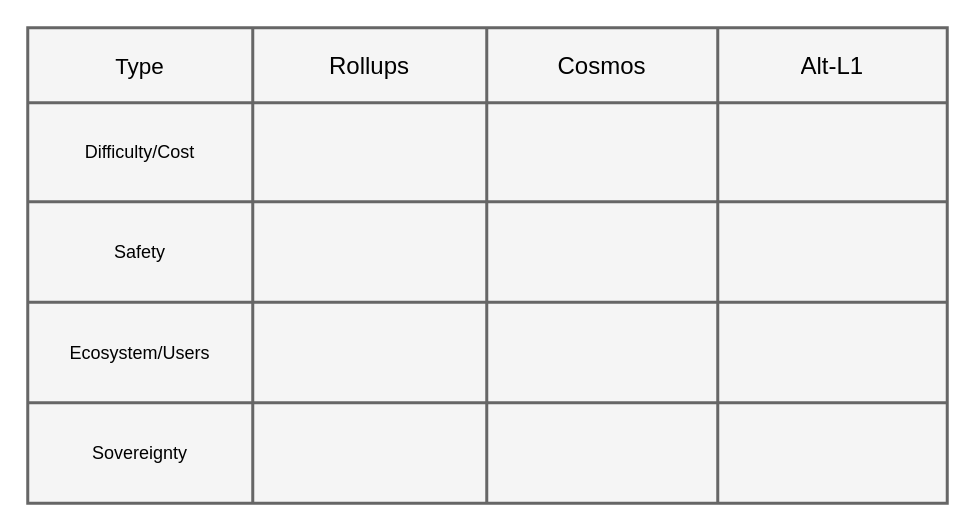
The draw.io diagram ethereum-research/app chain & comparison.drawio in 0xyicheng/a-research-diagram, before the edit. Source tidied: cells renumbered, new cells numbered last; positions are measured from the earlier drawing's top-left corner, leaving out a move shared by most shapes. Both pictures are drawn from the tidied source at 150%, with x=0, y=0 at pixel (27, 27).
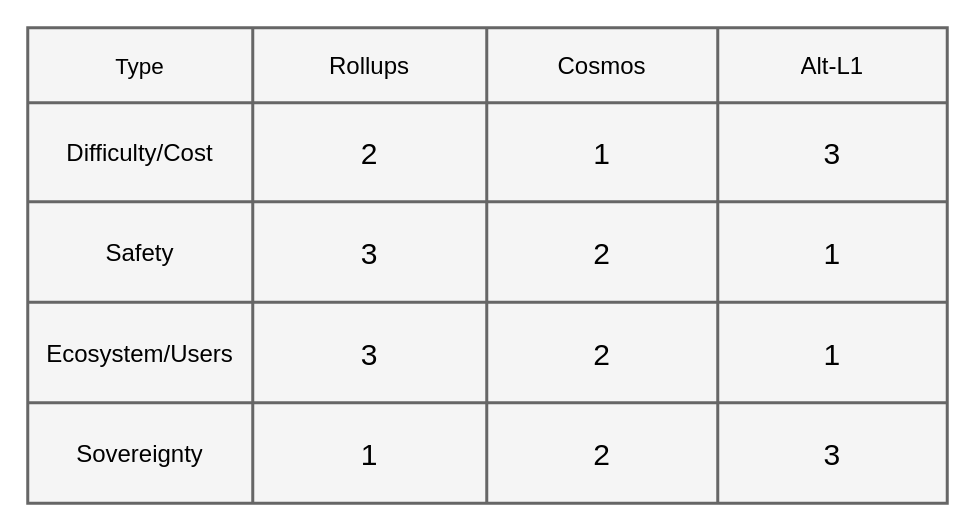
Above is the later version.

Unchanged cells that the change refers to:
```xml
<mxCell id="8" style="shape=tableRow;horizontal=0;startSize=0;swimlaneHead=0;swimlaneBody=0;top=0;left=0;bottom=0;right=0;fillColor=none;" parent="2" vertex="1">
  <mxGeometry y="50" width="613" height="66" as="geometry" />
</mxCell>
<mxCell id="13" style="shape=tableRow;horizontal=0;startSize=0;swimlaneHead=0;swimlaneBody=0;top=0;left=0;bottom=0;right=0;fillColor=none;" parent="2" vertex="1">
  <mxGeometry y="116" width="613" height="67" as="geometry" />
</mxCell>
<mxCell id="18" style="shape=tableRow;horizontal=0;startSize=0;swimlaneHead=0;swimlaneBody=0;top=0;left=0;bottom=0;right=0;fillColor=none;" parent="2" vertex="1">
  <mxGeometry y="183" width="613" height="67" as="geometry" />
</mxCell>
<mxCell id="23" style="shape=tableRow;horizontal=0;startSize=0;swimlaneHead=0;swimlaneBody=0;top=0;left=0;bottom=0;right=0;fillColor=none;" parent="2" vertex="1">
  <mxGeometry y="250" width="613" height="67" as="geometry" />
</mxCell>
```

Diff of the diagram source:
```diff
@@
-    <mxCell id="9" value="Difficulty/Cost" style="shape=partialRectangle;html=1;whiteSpace=wrap;fillColor=none;top=0;left=0;bottom=0;right=0;overflow=hidden;" parent="8" vertex="1">
+    <mxCell id="9" value="&lt;font style=&quot;font-size: 16px;&quot;&gt;Difficulty/Cost&lt;/font&gt;" style="shape=partialRectangle;html=1;whiteSpace=wrap;fillColor=none;top=0;left=0;bottom=0;right=0;overflow=hidden;" parent="8" vertex="1">
       <mxGeometry width="150" height="66" as="geometry" />
     </mxCell>
-    <mxCell id="10" style="shape=partialRectangle;html=1;whiteSpace=wrap;fillColor=none;top=0;left=0;bottom=0;right=0;overflow=hidden;" parent="8" vertex="1">
+    <mxCell id="10" value="&lt;font style=&quot;font-size: 20px;&quot;&gt;2&lt;/font&gt;" style="shape=partialRectangle;html=1;whiteSpace=wrap;fillColor=none;top=0;left=0;bottom=0;right=0;overflow=hidden;" parent="8" vertex="1">
       <mxGeometry x="150" width="156" height="66" as="geometry" />
     </mxCell>
-    <mxCell id="11" style="shape=partialRectangle;html=1;whiteSpace=wrap;fillColor=none;top=0;left=0;bottom=0;right=0;overflow=hidden;" parent="8" vertex="1">
+    <mxCell id="11" value="&lt;font style=&quot;font-size: 20px;&quot;&gt;1&lt;/font&gt;" style="shape=partialRectangle;html=1;whiteSpace=wrap;fillColor=none;top=0;left=0;bottom=0;right=0;overflow=hidden;" parent="8" vertex="1">
       <mxGeometry x="306" width="154" height="66" as="geometry" />
     </mxCell>
-    <mxCell id="12" style="shape=partialRectangle;html=1;whiteSpace=wrap;fillColor=none;top=0;left=0;bottom=0;right=0;overflow=hidden;" parent="8" vertex="1">
+    <mxCell id="12" value="&lt;span style=&quot;font-size: 20px;&quot;&gt;3&lt;/span&gt;" style="shape=partialRectangle;html=1;whiteSpace=wrap;fillColor=none;top=0;left=0;bottom=0;right=0;overflow=hidden;" parent="8" vertex="1">
       <mxGeometry x="460" width="153" height="66" as="geometry" />
     </mxCell>
@@
-    <mxCell id="14" value="Safety" style="shape=partialRectangle;html=1;whiteSpace=wrap;fillColor=none;top=0;left=0;bottom=0;right=0;overflow=hidden;" parent="13" vertex="1">
+    <mxCell id="14" value="&lt;font style=&quot;font-size: 16px;&quot;&gt;Safety&lt;/font&gt;" style="shape=partialRectangle;html=1;whiteSpace=wrap;fillColor=none;top=0;left=0;bottom=0;right=0;overflow=hidden;" parent="13" vertex="1">
       <mxGeometry width="150" height="67" as="geometry" />
     </mxCell>
-    <mxCell id="15" style="shape=partialRectangle;html=1;whiteSpace=wrap;fillColor=none;top=0;left=0;bottom=0;right=0;overflow=hidden;" parent="13" vertex="1">
+    <mxCell id="15" value="&lt;span style=&quot;font-size: 20px;&quot;&gt;3&lt;/span&gt;" style="shape=partialRectangle;html=1;whiteSpace=wrap;fillColor=none;top=0;left=0;bottom=0;right=0;overflow=hidden;" parent="13" vertex="1">
       <mxGeometry x="150" width="156" height="67" as="geometry" />
     </mxCell>
-    <mxCell id="16" style="shape=partialRectangle;html=1;whiteSpace=wrap;fillColor=none;top=0;left=0;bottom=0;right=0;overflow=hidden;" parent="13" vertex="1">
+    <mxCell id="16" value="&lt;span style=&quot;font-size: 20px;&quot;&gt;2&lt;/span&gt;" style="shape=partialRectangle;html=1;whiteSpace=wrap;fillColor=none;top=0;left=0;bottom=0;right=0;overflow=hidden;" parent="13" vertex="1">
       <mxGeometry x="306" width="154" height="67" as="geometry" />
     </mxCell>
-    <mxCell id="17" style="shape=partialRectangle;html=1;whiteSpace=wrap;fillColor=none;top=0;left=0;bottom=0;right=0;overflow=hidden;" parent="13" vertex="1">
+    <mxCell id="17" value="&lt;span style=&quot;font-size: 20px;&quot;&gt;1&lt;/span&gt;" style="shape=partialRectangle;html=1;whiteSpace=wrap;fillColor=none;top=0;left=0;bottom=0;right=0;overflow=hidden;" parent="13" vertex="1">
       <mxGeometry x="460" width="153" height="67" as="geometry" />
     </mxCell>
@@
-    <mxCell id="19" value="Ecosystem/Users" style="shape=partialRectangle;html=1;whiteSpace=wrap;fillColor=none;top=0;left=0;bottom=0;right=0;overflow=hidden;" parent="18" vertex="1">
+    <mxCell id="19" value="&lt;font style=&quot;font-size: 16px;&quot;&gt;Ecosystem/Users&lt;/font&gt;" style="shape=partialRectangle;html=1;whiteSpace=wrap;fillColor=none;top=0;left=0;bottom=0;right=0;overflow=hidden;" parent="18" vertex="1">
       <mxGeometry width="150" height="67" as="geometry" />
     </mxCell>
-    <mxCell id="20" style="shape=partialRectangle;html=1;whiteSpace=wrap;fillColor=none;top=0;left=0;bottom=0;right=0;overflow=hidden;" parent="18" vertex="1">
+    <mxCell id="20" value="&lt;font style=&quot;font-size: 20px;&quot;&gt;3&lt;/font&gt;" style="shape=partialRectangle;html=1;whiteSpace=wrap;fillColor=none;top=0;left=0;bottom=0;right=0;overflow=hidden;" parent="18" vertex="1">
       <mxGeometry x="150" width="156" height="67" as="geometry" />
     </mxCell>
-    <mxCell id="21" style="shape=partialRectangle;html=1;whiteSpace=wrap;fillColor=none;top=0;left=0;bottom=0;right=0;overflow=hidden;" parent="18" vertex="1">
+    <mxCell id="21" value="&lt;span style=&quot;font-size: 20px;&quot;&gt;2&lt;/span&gt;" style="shape=partialRectangle;html=1;whiteSpace=wrap;fillColor=none;top=0;left=0;bottom=0;right=0;overflow=hidden;" parent="18" vertex="1">
       <mxGeometry x="306" width="154" height="67" as="geometry" />
     </mxCell>
-    <mxCell id="22" style="shape=partialRectangle;html=1;whiteSpace=wrap;fillColor=none;top=0;left=0;bottom=0;right=0;overflow=hidden;" parent="18" vertex="1">
+    <mxCell id="22" value="&lt;span style=&quot;font-size: 20px;&quot;&gt;1&lt;/span&gt;" style="shape=partialRectangle;html=1;whiteSpace=wrap;fillColor=none;top=0;left=0;bottom=0;right=0;overflow=hidden;" parent="18" vertex="1">
       <mxGeometry x="460" width="153" height="67" as="geometry" />
     </mxCell>
@@
-    <mxCell id="24" value="Sovereignty" style="shape=partialRectangle;html=1;whiteSpace=wrap;fillColor=none;top=0;left=0;bottom=0;right=0;overflow=hidden;" parent="23" vertex="1">
+    <mxCell id="24" value="&lt;font style=&quot;font-size: 16px;&quot;&gt;Sovereignty&lt;/font&gt;" style="shape=partialRectangle;html=1;whiteSpace=wrap;fillColor=none;top=0;left=0;bottom=0;right=0;overflow=hidden;" parent="23" vertex="1">
       <mxGeometry width="150" height="67" as="geometry" />
     </mxCell>
-    <mxCell id="25" style="shape=partialRectangle;html=1;whiteSpace=wrap;fillColor=none;top=0;left=0;bottom=0;right=0;overflow=hidden;" parent="23" vertex="1">
+    <mxCell id="25" value="&lt;span style=&quot;font-size: 20px;&quot;&gt;1&lt;/span&gt;" style="shape=partialRectangle;html=1;whiteSpace=wrap;fillColor=none;top=0;left=0;bottom=0;right=0;overflow=hidden;" parent="23" vertex="1">
       <mxGeometry x="150" width="156" height="67" as="geometry" />
     </mxCell>
-    <mxCell id="26" style="shape=partialRectangle;html=1;whiteSpace=wrap;fillColor=none;top=0;left=0;bottom=0;right=0;overflow=hidden;" parent="23" vertex="1">
+    <mxCell id="26" value="&lt;span style=&quot;font-size: 20px;&quot;&gt;2&lt;/span&gt;" style="shape=partialRectangle;html=1;whiteSpace=wrap;fillColor=none;top=0;left=0;bottom=0;right=0;overflow=hidden;" parent="23" vertex="1">
       <mxGeometry x="306" width="154" height="67" as="geometry" />
     </mxCell>
-    <mxCell id="27" style="shape=partialRectangle;html=1;whiteSpace=wrap;fillColor=none;top=0;left=0;bottom=0;right=0;overflow=hidden;" parent="23" vertex="1">
+    <mxCell id="27" value="&lt;font style=&quot;font-size: 20px;&quot;&gt;3&lt;/font&gt;" style="shape=partialRectangle;html=1;whiteSpace=wrap;fillColor=none;top=0;left=0;bottom=0;right=0;overflow=hidden;" parent="23" vertex="1">
       <mxGeometry x="460" width="153" height="67" as="geometry" />
     </mxCell>
```
